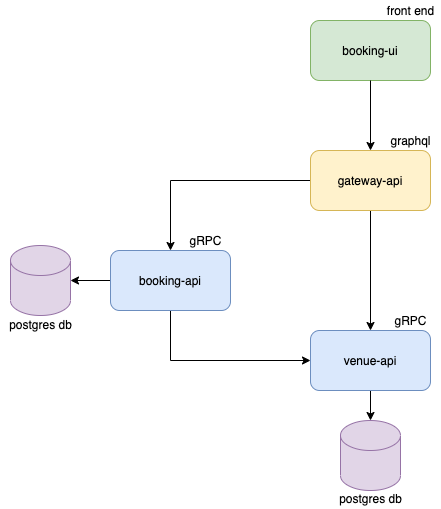
Before: docs/platform-architecture.png, a diagram exported from draw.io (cobbinma/booking-platform). Source tidied: cells renumbered, new cells last; positions are measured from the earlier drawing's top-left corner, leaving out a move shared by most shapes. Source of this version:
```xml
<mxGraphModel>
  <root>
    <mxCell id="0" />
    <mxCell id="1" parent="0" />
    <mxCell id="2" value="booking-ui" style="rounded=1;whiteSpace=wrap;html=1;fillColor=#d5e8d4;strokeColor=#82b366;" parent="1" vertex="1">
      <mxGeometry x="310" y="20" width="120" height="60" as="geometry" />
    </mxCell>
    <mxCell id="3" style="edgeStyle=orthogonalEdgeStyle;rounded=0;jettySize=auto;html=1;exitX=0;exitY=0.5;exitDx=0;exitDy=0;entryX=0.5;entryY=0;entryDx=0;entryDy=0;" parent="1" edge="1" source="5" target="11">
      <mxGeometry relative="1" as="geometry" />
    </mxCell>
    <mxCell id="4" style="edgeStyle=orthogonalEdgeStyle;rounded=0;jettySize=auto;html=1;exitX=0.5;exitY=1;exitDx=0;exitDy=0;" parent="1" edge="1" source="5" target="8">
      <mxGeometry relative="1" as="geometry" />
    </mxCell>
    <mxCell id="5" value="gateway-api" style="rounded=1;whiteSpace=wrap;html=1;fillColor=#fff2cc;strokeColor=#d6b656;" parent="1" vertex="1">
      <mxGeometry x="310" y="150" width="120" height="60" as="geometry" />
    </mxCell>
    <mxCell id="6" style="endArrow=classic;html=1;exitX=0.5;exitY=1;exitDx=0;exitDy=0;entryX=0.5;entryY=0;entryDx=0;entryDy=0;" parent="1" edge="1" source="2" target="5">
      <mxGeometry relative="1" as="geometry" />
    </mxCell>
    <mxCell id="7" style="edgeStyle=orthogonalEdgeStyle;rounded=0;jettySize=auto;html=1;exitX=0.5;exitY=1;exitDx=0;exitDy=0;" parent="1" edge="1" source="8" target="17">
      <mxGeometry relative="1" as="geometry" />
    </mxCell>
    <mxCell id="8" value="venue-api" style="rounded=1;whiteSpace=wrap;html=1;fillColor=#dae8fc;strokeColor=#6c8ebf;" parent="1" vertex="1">
      <mxGeometry x="310" y="330" width="120" height="60" as="geometry" />
    </mxCell>
    <mxCell id="9" style="edgeStyle=orthogonalEdgeStyle;rounded=0;jettySize=auto;html=1;exitX=0.5;exitY=1;exitDx=0;exitDy=0;entryX=0;entryY=0.5;entryDx=0;entryDy=0;" parent="1" edge="1" source="11" target="8">
      <mxGeometry relative="1" as="geometry" />
    </mxCell>
    <mxCell id="10" style="edgeStyle=orthogonalEdgeStyle;rounded=0;jettySize=auto;html=1;exitX=0;exitY=0.5;exitDx=0;exitDy=0;entryX=1;entryY=0.5;entryDx=0;entryDy=0;entryPerimeter=0;" parent="1" edge="1" source="11" target="16">
      <mxGeometry relative="1" as="geometry" />
    </mxCell>
    <mxCell id="11" value="booking-api" style="rounded=1;whiteSpace=wrap;html=1;fillColor=#dae8fc;strokeColor=#6c8ebf;" parent="1" vertex="1">
      <mxGeometry x="110" y="250" width="120" height="60" as="geometry" />
    </mxCell>
    <mxCell id="12" value="front end" style="text;html=1;align=center;verticalAlign=middle;" parent="1" vertex="1">
      <mxGeometry x="380" width="60" height="20" as="geometry" />
    </mxCell>
    <mxCell id="13" value="graphql" style="text;html=1;align=center;verticalAlign=middle;" parent="1" vertex="1">
      <mxGeometry x="380" y="130" width="60" height="20" as="geometry" />
    </mxCell>
    <mxCell id="14" value="gRPC" style="text;html=1;align=center;verticalAlign=middle;" parent="1" vertex="1">
      <mxGeometry x="385" y="310" width="50" height="20" as="geometry" />
    </mxCell>
    <mxCell id="15" value="gRPC" style="text;html=1;align=center;verticalAlign=middle;" parent="1" vertex="1">
      <mxGeometry x="180" y="230" width="50" height="20" as="geometry" />
    </mxCell>
    <mxCell id="16" style="shape=cylinder3;whiteSpace=wrap;html=1;boundedLbl=1;backgroundOutline=1;size=15;fillColor=#e1d5e7;strokeColor=#9673a6;" parent="1" vertex="1">
      <mxGeometry x="10" y="245" width="60" height="70" as="geometry" />
    </mxCell>
    <mxCell id="17" style="shape=cylinder3;whiteSpace=wrap;html=1;boundedLbl=1;backgroundOutline=1;size=15;fillColor=#e1d5e7;strokeColor=#9673a6;" parent="1" vertex="1">
      <mxGeometry x="340" y="420" width="60" height="70" as="geometry" />
    </mxCell>
    <mxCell id="18" value="postgres db" style="text;html=1;align=center;verticalAlign=middle;" parent="1" vertex="1">
      <mxGeometry y="314" width="80" height="20" as="geometry" />
    </mxCell>
    <mxCell id="19" value="postgres db" style="text;html=1;align=center;verticalAlign=middle;" parent="1" vertex="1">
      <mxGeometry x="330" y="488" width="80" height="20" as="geometry" />
    </mxCell>
  </root>
</mxGraphModel>
```
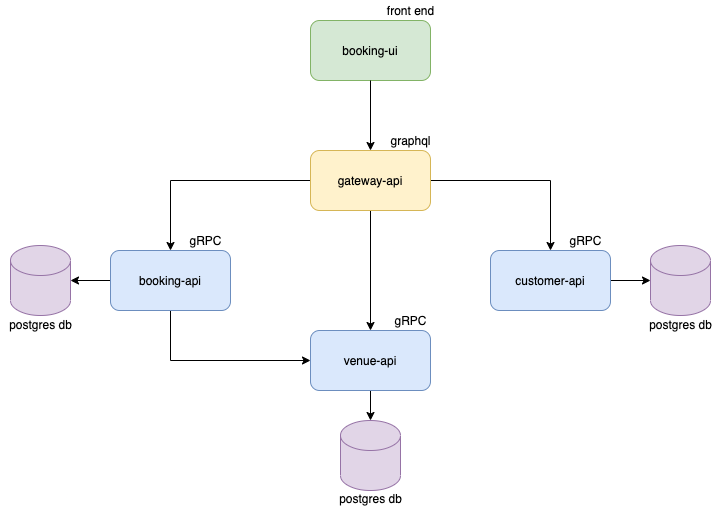
Later version of the same file.

Commit message:
update architecture diagram

The edit, as a diff of the source:
```diff
@@ -11,6 +11,9 @@
     <mxCell id="4" style="edgeStyle=orthogonalEdgeStyle;rounded=0;jettySize=auto;html=1;exitX=0.5;exitY=1;exitDx=0;exitDy=0;" parent="1" edge="1" source="5" target="8">
       <mxGeometry relative="1" as="geometry" />
     </mxCell>
+    <mxCell id="20" style="edgeStyle=orthogonalEdgeStyle;rounded=0;jettySize=auto;html=1;exitX=1;exitY=0.5;exitDx=0;exitDy=0;entryX=0.5;entryY=0;entryDx=0;entryDy=0;" parent="1" edge="1" source="5" target="22">
+      <mxGeometry relative="1" as="geometry" />
+    </mxCell>
     <mxCell id="5" value="gateway-api" style="rounded=1;whiteSpace=wrap;html=1;fillColor=#fff2cc;strokeColor=#d6b656;" parent="1" vertex="1">
       <mxGeometry x="310" y="150" width="120" height="60" as="geometry" />
     </mxCell>
@@ -56,5 +59,20 @@
     <mxCell id="19" value="postgres db" style="text;html=1;align=center;verticalAlign=middle;" parent="1" vertex="1">
       <mxGeometry x="330" y="488" width="80" height="20" as="geometry" />
     </mxCell>
+    <mxCell id="21" style="edgeStyle=orthogonalEdgeStyle;rounded=0;jettySize=auto;html=1;exitX=1;exitY=0.5;exitDx=0;exitDy=0;entryX=0;entryY=0.5;entryDx=0;entryDy=0;entryPerimeter=0;" parent="1" edge="1" source="22" target="24">
+      <mxGeometry relative="1" as="geometry" />
+    </mxCell>
+    <mxCell id="22" value="customer-api" style="rounded=1;whiteSpace=wrap;html=1;fillColor=#dae8fc;strokeColor=#6c8ebf;" parent="1" vertex="1">
+      <mxGeometry x="490" y="250" width="120" height="60" as="geometry" />
+    </mxCell>
+    <mxCell id="23" value="gRPC" style="text;html=1;align=center;verticalAlign=middle;" parent="1" vertex="1">
+      <mxGeometry x="560" y="230" width="50" height="20" as="geometry" />
+    </mxCell>
+    <mxCell id="24" style="shape=cylinder3;whiteSpace=wrap;html=1;boundedLbl=1;backgroundOutline=1;size=15;fillColor=#e1d5e7;strokeColor=#9673a6;" parent="1" vertex="1">
+      <mxGeometry x="650" y="245" width="60" height="70" as="geometry" />
+    </mxCell>
+    <mxCell id="25" value="postgres db" style="text;html=1;align=center;verticalAlign=middle;" parent="1" vertex="1">
+      <mxGeometry x="640" y="314" width="80" height="20" as="geometry" />
+    </mxCell>
   </root>
 </mxGraphModel>
```
